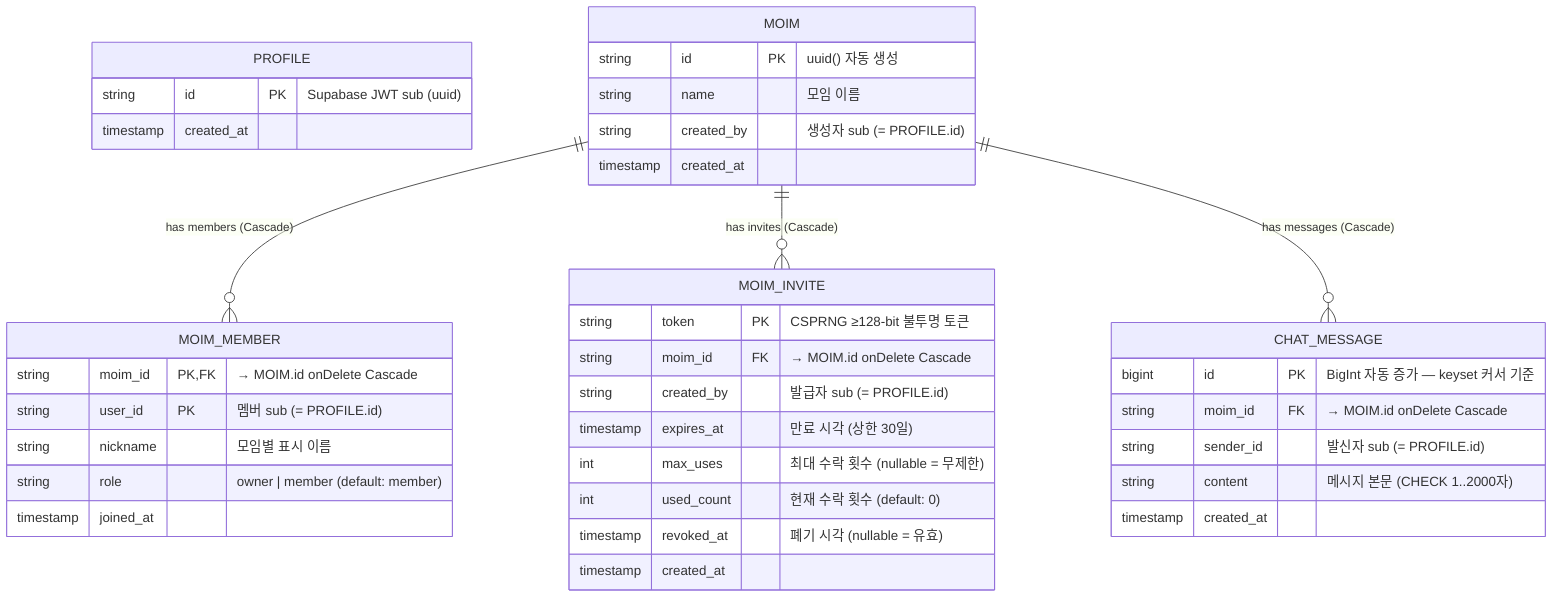
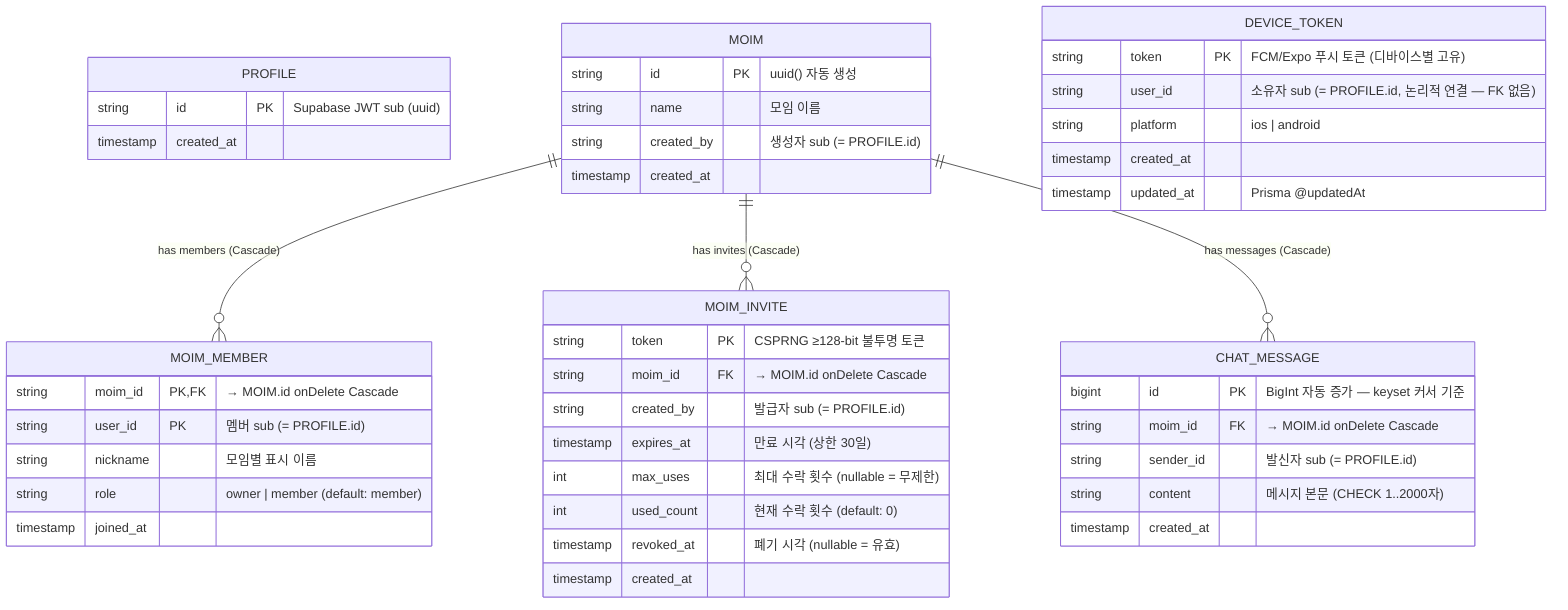
%% Mermaid ER diagram — 수동 갱신 (db.yaml auto-sync 비활성)
%% 기준: apps/backend/prisma/schema.prisma + 마이그레이션 파일
- %% 최종 갱신: 2026-06-14 (SPEC-CHAT-001 sync)
+ %% 최종 갱신: 2026-06-14 (SPEC-CHAT-002 sync)
erDiagram
    PROFILE {
        string id PK "Supabase JWT sub (uuid)"
        timestamp created_at
    }

    MOIM {
        string id PK "uuid() 자동 생성"
        string name "모임 이름"
        string created_by "생성자 sub (= PROFILE.id)"
        timestamp created_at
    }

    MOIM_MEMBER {
        string moim_id PK,FK "→ MOIM.id onDelete Cascade"
        string user_id PK "멤버 sub (= PROFILE.id)"
        string nickname "모임별 표시 이름"
        string role "owner | member (default: member)"
        timestamp joined_at
    }

    MOIM_INVITE {
        string token PK "CSPRNG ≥128-bit 불투명 토큰"
        string moim_id FK "→ MOIM.id onDelete Cascade"
        string created_by "발급자 sub (= PROFILE.id)"
        timestamp expires_at "만료 시각 (상한 30일)"
        int max_uses "최대 수락 횟수 (nullable = 무제한)"
        int used_count "현재 수락 횟수 (default: 0)"
        timestamp revoked_at "폐기 시각 (nullable = 유효)"
        timestamp created_at
    }

    CHAT_MESSAGE {
        bigint id PK "BigInt 자동 증가 — keyset 커서 기준"
        string moim_id FK "→ MOIM.id onDelete Cascade"
        string sender_id "발신자 sub (= PROFILE.id)"
        string content "메시지 본문 (CHECK 1..2000자)"
        timestamp created_at
    }

+     DEVICE_TOKEN {
+         string token PK "FCM/Expo 푸시 토큰 (디바이스별 고유)"
+         string user_id "소유자 sub (= PROFILE.id, 논리적 연결 — FK 없음)"
+         string platform "ios | android"
+         timestamp created_at
+         timestamp updated_at "Prisma @updatedAt"
+     }
+ 
    MOIM ||--o{ MOIM_MEMBER : "has members (Cascade)"
    MOIM ||--o{ MOIM_INVITE : "has invites (Cascade)"
    MOIM ||--o{ CHAT_MESSAGE : "has messages (Cascade)"
